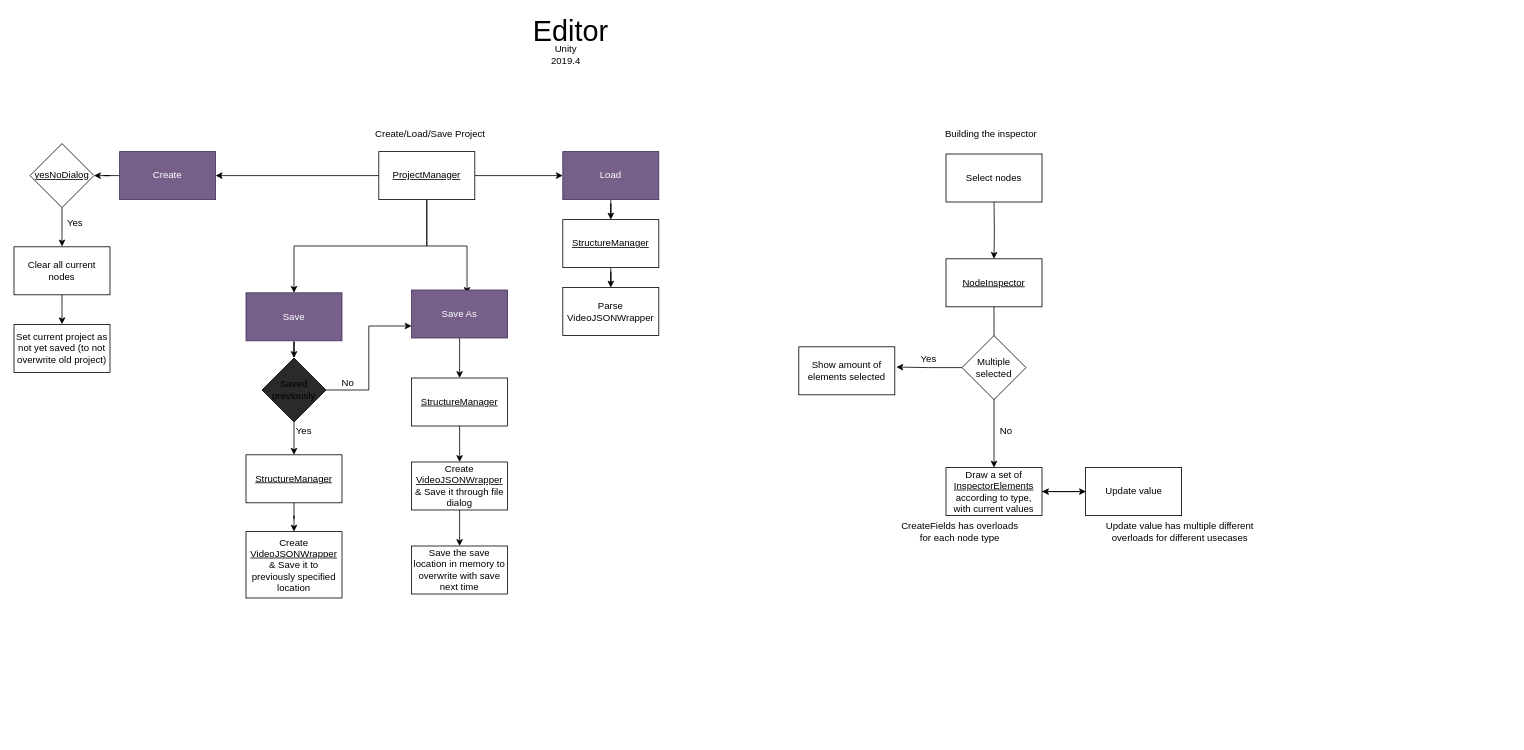
This is Assets/Drawio/Structure.drawio from 360ViSi/360ViSiEditor, a draw.io file, before an edit. Source tidied: cells renumbered, new cells numbered last; positions are measured from the earlier drawing's top-left corner, leaving out a move shared by most shapes. Both pictures are drawn from the tidied source at 80%, with x=0, y=0 at pixel (14, 22).
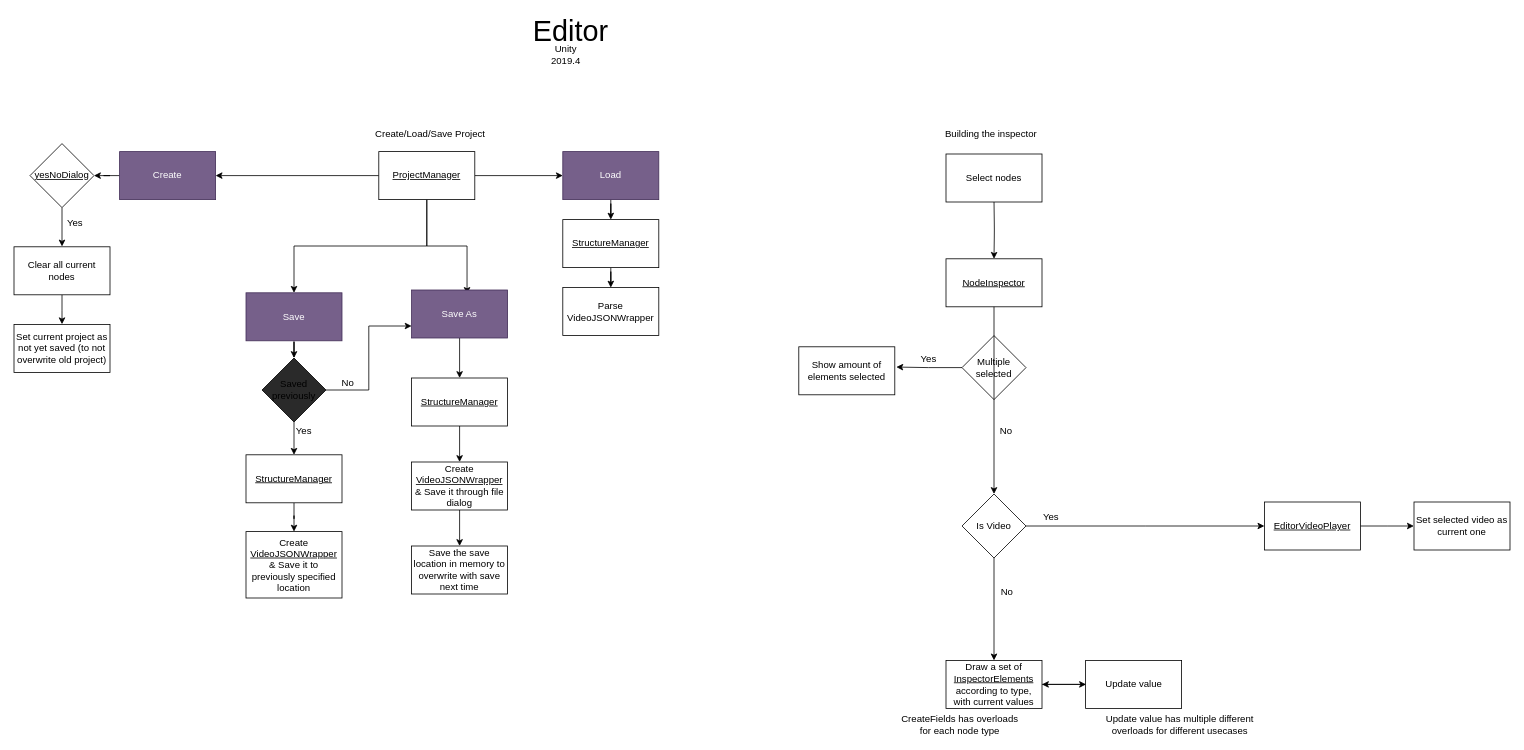
The same diagram, later.

The change refers to these unchanged cells:
```xml
<mxCell id="10" value="&lt;u&gt;NodeInspector&lt;/u&gt;" style="whiteSpace=wrap;html=1;" parent="1" vertex="1">
  <mxGeometry x="1165" y="295" width="120" height="60" as="geometry" />
</mxCell>
```

What changed in the source:
```diff
@@
-    <mxCell id="9" style="edgeStyle=orthogonalEdgeStyle;jettySize=auto;html=1;entryX=0.5;entryY=0;entryDx=0;entryDy=0;fontStyle=1;" parent="1" edge="1" source="10" target="12">
+    <mxCell id="9" style="edgeStyle=orthogonalEdgeStyle;jettySize=auto;html=1;entryX=0.5;entryY=0;entryDx=0;entryDy=0;fontStyle=1;" parent="1" edge="1" source="57" target="12">
       <mxGeometry relative="1" as="geometry" />
     </mxCell>
@@
     <mxCell id="11" style="edgeStyle=orthogonalEdgeStyle;jettySize=auto;html=1;entryX=0;entryY=0.5;entryDx=0;entryDy=0;fontSize=11;fontStyle=1;" parent="1" edge="1" source="12">
       <mxGeometry relative="1" as="geometry">
-        <mxPoint x="1340" y="586" as="targetPoint" />
+        <mxPoint x="1340" y="827" as="targetPoint" />
       </mxGeometry>
     </mxCell>
     <mxCell id="12" value="Draw a set of &lt;u&gt;InspectorElements &lt;/u&gt;according to type, with current values" style="whiteSpace=wrap;html=1;" parent="1" vertex="1">
-      <mxGeometry x="1165" y="556" width="120" height="60" as="geometry" />
+      <mxGeometry x="1165" y="797" width="120" height="60" as="geometry" />
     </mxCell>
@@
     <mxCell id="16" value="Update value" style="whiteSpace=wrap;html=1;" parent="1" vertex="1">
-      <mxGeometry x="1339.5" y="556" width="120" height="60" as="geometry" />
+      <mxGeometry x="1339.5" y="797" width="120" height="60" as="geometry" />
     </mxCell>
@@
     <mxCell id="23" value="CreateFields has overloads &lt;br&gt;for each node type" style="text;html=1;align=center;verticalAlign=middle;" parent="1" vertex="1">
-      <mxGeometry x="1104" y="621" width="156" height="30" as="geometry" />
+      <mxGeometry x="1104" y="862" width="156" height="30" as="geometry" />
     </mxCell>
@@
     <mxCell id="55" value="Update value has multiple different &lt;br&gt;overloads for different usecases" style="text;html=1;align=center;verticalAlign=middle;" parent="1" vertex="1">
-      <mxGeometry x="1359" y="621" width="195" height="30" as="geometry" />
+      <mxGeometry x="1359" y="862" width="195" height="30" as="geometry" />
     </mxCell>
+    <mxCell id="56" style="edgeStyle=orthogonalEdgeStyle;rounded=0;jettySize=auto;html=1;" parent="1" edge="1" source="57">
+      <mxGeometry relative="1" as="geometry">
+        <mxPoint x="1563" y="629" as="targetPoint" />
+      </mxGeometry>
+    </mxCell>
+    <mxCell id="57" value="Is Video" style="rhombus;whiteSpace=wrap;html=1;" parent="1" vertex="1">
+      <mxGeometry x="1185" y="589" width="80" height="80" as="geometry" />
+    </mxCell>
+    <mxCell id="58" style="edgeStyle=orthogonalEdgeStyle;jettySize=auto;html=1;entryX=0.5;entryY=0;entryDx=0;entryDy=0;fontStyle=1;" parent="1" edge="1" source="10" target="57">
+      <mxGeometry relative="1" as="geometry" />
+    </mxCell>
+    <mxCell id="59" value="No" style="text;html=1;align=center;verticalAlign=middle;" parent="1" vertex="1">
+      <mxGeometry x="1229" y="703" width="24" height="17" as="geometry" />
+    </mxCell>
+    <mxCell id="60" value="Yes" style="text;html=1;align=center;verticalAlign=middle;" parent="1" vertex="1">
+      <mxGeometry x="1281" y="609" width="29" height="17" as="geometry" />
+    </mxCell>
+    <mxCell id="61" style="edgeStyle=orthogonalEdgeStyle;rounded=0;jettySize=auto;html=1;" parent="1" edge="1" source="62">
+      <mxGeometry relative="1" as="geometry">
+        <mxPoint x="1749.8" y="629" as="targetPoint" />
+      </mxGeometry>
+    </mxCell>
+    <mxCell id="62" value="&lt;u&gt;EditorVideoPlayer&lt;/u&gt;" style="whiteSpace=wrap;html=1;" parent="1" vertex="1">
+      <mxGeometry x="1563" y="599" width="120" height="60" as="geometry" />
+    </mxCell>
+    <mxCell id="63" value="Set selected video as current one" style="whiteSpace=wrap;html=1;" parent="1" vertex="1">
+      <mxGeometry x="1750" y="599" width="120" height="60" as="geometry" />
+    </mxCell>
```
